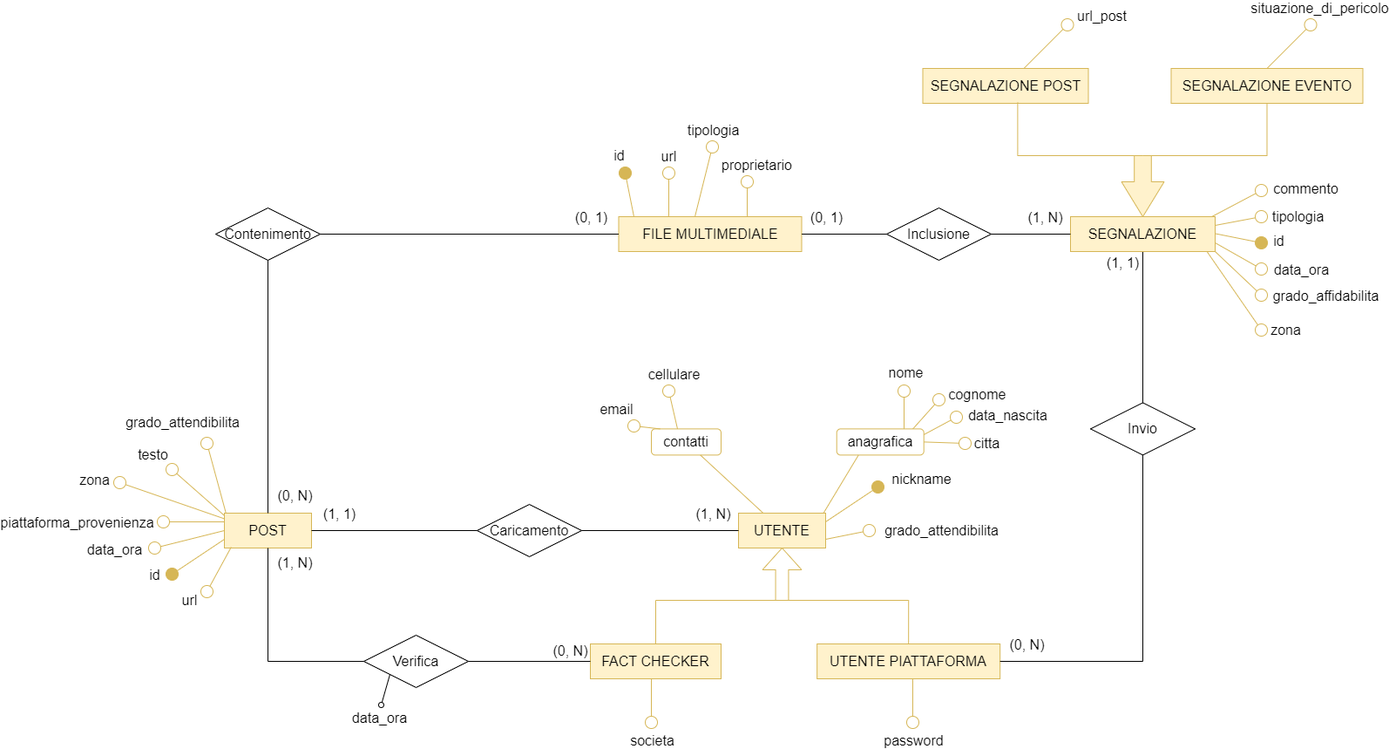
This is diagrammi e-r/Diag. Social network.png from faffolao/ProgettoBD2022, a draw.io export, as it was before one commit. Source tidied: cells renumbered, new cells last; positions are measured from the earlier drawing's top-left corner, leaving out a move shared by most shapes.
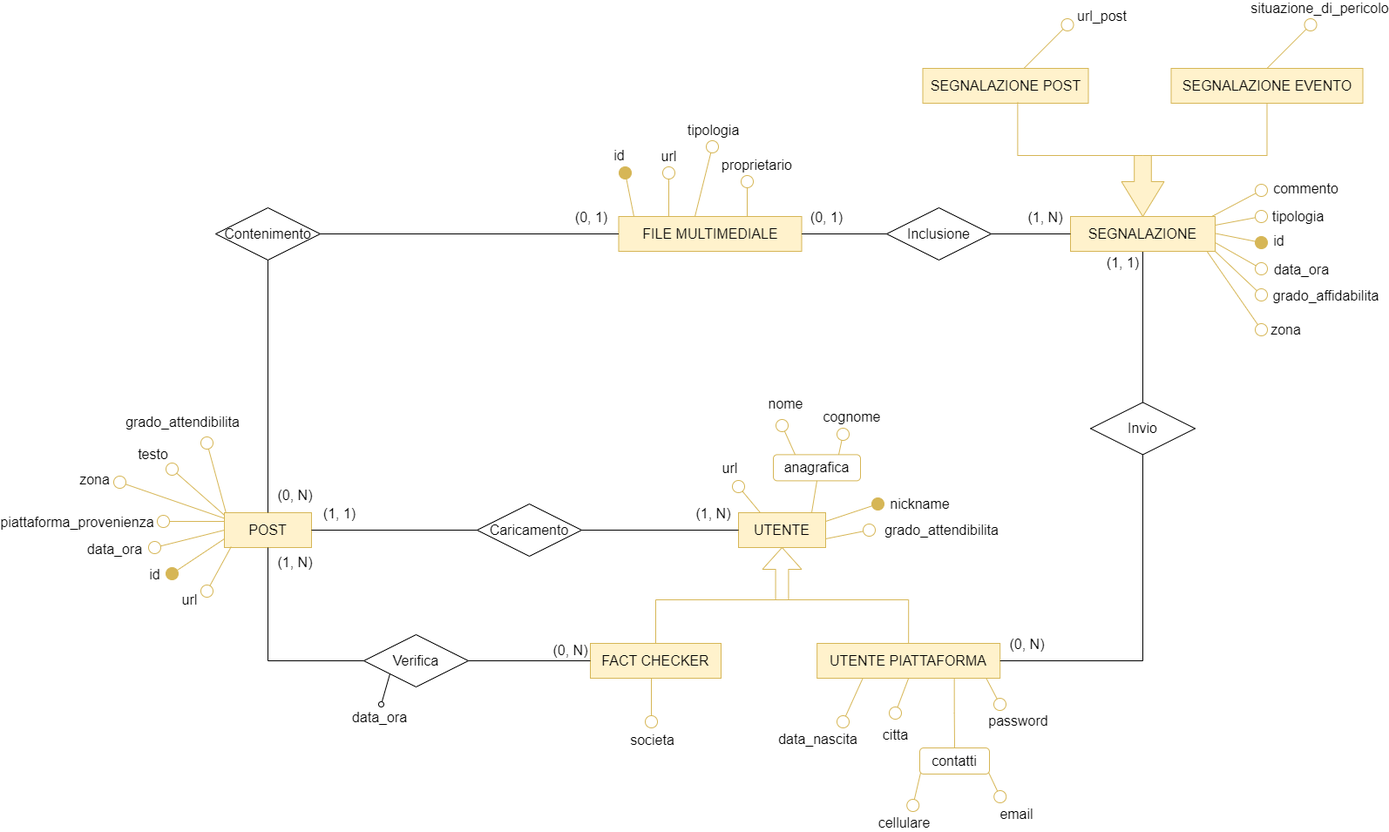
After the change.

What changed in the source:
```diff
@@ -27,18 +27,20 @@
         <mxPoint y="59" as="offset" />
       </mxGeometry>
     </mxCell>
+    <mxCell id="104" style="edgeStyle=orthogonalEdgeStyle;rounded=0;jettySize=auto;html=1;exitX=0.75;exitY=1;exitDx=0;exitDy=0;entryX=0.5;entryY=0;entryDx=0;entryDy=0;fillColor=#fff2cc;strokeColor=#d6b656;endArrow=none;endFill=0;" parent="1" edge="1" source="7" target="23">
+      <mxGeometry relative="1" as="geometry" />
+    </mxCell>
     <mxCell id="7" value="UTENTE PIATTAFORMA" style="whiteSpace=wrap;html=1;align=center;fontSize=16;fillColor=#fff2cc;strokeColor=#d6b656;" parent="1" vertex="1">
       <mxGeometry x="800.2" y="710" width="210" height="40" as="geometry" />
     </mxCell>
-    <mxCell id="8" style="endArrow=none;html=1;strokeColor=#d6b656;strokeWidth=1;fontSize=12;startSize=14;endSize=14;startArrow=oval;startFill=0;fillColor=#fff2cc;" parent="1" edge="1">
+    <mxCell id="8" style="endArrow=none;html=1;strokeColor=#d6b656;strokeWidth=1;fontSize=12;startSize=14;endSize=14;startArrow=oval;startFill=0;fillColor=#fff2cc;entryX=0.924;entryY=0.995;entryDx=0;entryDy=0;entryPerimeter=0;" parent="1" edge="1" target="7">
       <mxGeometry relative="1" as="geometry">
-        <mxPoint x="910" y="800" as="sourcePoint" />
-        <mxPoint x="910" y="750" as="targetPoint" />
+        <mxPoint x="1010" y="780" as="sourcePoint" />
       </mxGeometry>
     </mxCell>
     <mxCell id="9" value="password" style="edgeLabel;html=1;align=center;verticalAlign=middle;fontSize=16;" parent="8" vertex="1">
       <mxGeometry x="0.46" relative="1" as="geometry">
-        <mxPoint y="57" as="offset" />
+        <mxPoint x="32" y="41" as="offset" />
       </mxGeometry>
     </mxCell>
     <mxCell id="10" value="UTENTE" style="whiteSpace=wrap;html=1;align=center;fontSize=16;fillColor=#fff2cc;strokeColor=#d6b656;" parent="1" vertex="1">
@@ -46,88 +48,81 @@
     </mxCell>
     <mxCell id="11" style="endArrow=oval;html=1;strokeColor=#d6b656;strokeWidth=1;fontSize=12;startSize=14;endSize=14;endFill=1;fillColor=#fff2cc;exitX=1;exitY=0.25;exitDx=0;exitDy=0;" parent="1" edge="1" source="10">
       <mxGeometry relative="1" as="geometry">
-        <mxPoint x="870" y="530" as="targetPoint" />
+        <mxPoint x="870" y="550" as="targetPoint" />
       </mxGeometry>
     </mxCell>
     <mxCell id="12" value="nickname" style="edgeLabel;html=1;align=center;verticalAlign=middle;fontSize=16;" parent="11" vertex="1">
       <mxGeometry x="0.5" relative="1" as="geometry">
-        <mxPoint x="65" y="-20" as="offset" />
+        <mxPoint x="62" y="-5" as="offset" />
       </mxGeometry>
     </mxCell>
-    <mxCell id="13" style="endArrow=oval;html=1;strokeColor=#d6b656;strokeWidth=1;fontSize=12;startSize=14;endSize=14;endFill=0;fillColor=#fff2cc;" parent="1" edge="1">
+    <mxCell id="13" style="endArrow=oval;html=1;strokeColor=#d6b656;strokeWidth=1;fontSize=12;startSize=14;endSize=14;endFill=0;fillColor=#fff2cc;exitX=0.25;exitY=0;exitDx=0;exitDy=0;" parent="1" edge="1" source="22">
       <mxGeometry relative="1" as="geometry">
-        <mxPoint x="900" y="463.4" as="sourcePoint" />
-        <mxPoint x="900" y="420" as="targetPoint" />
+        <mxPoint x="760" y="460" as="targetPoint" />
       </mxGeometry>
     </mxCell>
     <mxCell id="14" value="nome" style="edgeLabel;html=1;align=center;verticalAlign=middle;fontSize=16;" parent="13" vertex="1">
       <mxGeometry x="0.45" y="1" relative="1" as="geometry">
-        <mxPoint x="2" y="-34" as="offset" />
+        <mxPoint y="-36" as="offset" />
       </mxGeometry>
     </mxCell>
-    <mxCell id="15" style="endArrow=none;html=1;strokeColor=#d6b656;strokeWidth=1;fontSize=12;startSize=14;endSize=14;exitX=0.75;exitY=0;exitDx=0;exitDy=0;entryX=0.25;entryY=1;entryDx=0;entryDy=0;fillColor=#fff2cc;" parent="1" edge="1" target="22">
-      <mxGeometry relative="1" as="geometry">
-        <mxPoint x="807.5" y="560" as="sourcePoint" />
-      </mxGeometry>
+    <mxCell id="15" style="endArrow=none;html=1;strokeColor=#d6b656;strokeWidth=1;fontSize=12;startSize=14;endSize=14;exitX=0.84;exitY=-0.003;exitDx=0;exitDy=0;entryX=0.5;entryY=1;entryDx=0;entryDy=0;fillColor=#fff2cc;exitPerimeter=0;" parent="1" edge="1" source="2" target="22">
+      <mxGeometry relative="1" as="geometry" />
     </mxCell>
-    <mxCell id="16" style="endArrow=oval;html=1;strokeColor=#d6b656;strokeWidth=1;fontSize=12;startSize=14;endSize=14;endFill=0;fillColor=#fff2cc;" parent="1" edge="1">
+    <mxCell id="16" style="endArrow=oval;html=1;strokeColor=#d6b656;strokeWidth=1;fontSize=12;startSize=14;endSize=14;endFill=0;fillColor=#fff2cc;exitX=0.75;exitY=0;exitDx=0;exitDy=0;" parent="1" edge="1" source="22">
       <mxGeometry relative="1" as="geometry">
-        <mxPoint x="910.2" y="463.4" as="sourcePoint" />
-        <mxPoint x="940" y="430" as="targetPoint" />
+        <mxPoint x="830" y="470" as="targetPoint" />
       </mxGeometry>
     </mxCell>
     <mxCell id="17" value="cognome" style="edgeLabel;html=1;align=center;verticalAlign=middle;fontSize=16;" parent="16" vertex="1">
       <mxGeometry x="0.49" y="1" relative="1" as="geometry">
-        <mxPoint x="52" y="-15" as="offset" />
+        <mxPoint x="12" y="-26" as="offset" />
       </mxGeometry>
     </mxCell>
-    <mxCell id="18" style="endArrow=oval;html=1;strokeColor=#d6b656;strokeWidth=1;fontSize=12;startSize=14;endSize=14;endFill=0;fillColor=#fff2cc;" parent="1" edge="1">
+    <mxCell id="18" style="endArrow=oval;html=1;strokeColor=#d6b656;strokeWidth=1;fontSize=12;startSize=14;endSize=14;endFill=0;fillColor=#fff2cc;exitX=0.25;exitY=1;exitDx=0;exitDy=0;" parent="1" edge="1" source="7">
       <mxGeometry relative="1" as="geometry">
-        <mxPoint x="922.7" y="470" as="sourcePoint" />
-        <mxPoint x="960" y="450" as="targetPoint" />
+        <mxPoint x="830" y="800" as="targetPoint" />
       </mxGeometry>
     </mxCell>
     <mxCell id="19" value="data_nascita" style="edgeLabel;html=1;align=center;verticalAlign=middle;fontSize=16;" parent="18" vertex="1">
       <mxGeometry x="0.47" relative="1" as="geometry">
-        <mxPoint x="68" y="-8" as="offset" />
+        <mxPoint x="-36" y="33" as="offset" />
       </mxGeometry>
     </mxCell>
-    <mxCell id="20" style="endArrow=oval;html=1;strokeColor=#d6b656;strokeWidth=1;fontSize=12;startSize=14;endSize=14;endFill=0;exitX=1;exitY=0.5;exitDx=0;exitDy=0;fillColor=#fff2cc;" parent="1" edge="1" source="22">
+    <mxCell id="20" style="endArrow=oval;html=1;strokeColor=#d6b656;strokeWidth=1;fontSize=12;startSize=14;endSize=14;endFill=0;exitX=0.5;exitY=1;exitDx=0;exitDy=0;fillColor=#fff2cc;" parent="1" edge="1" source="7">
       <mxGeometry relative="1" as="geometry">
-        <mxPoint x="970" y="480" as="targetPoint" />
+        <mxPoint x="890" y="790" as="targetPoint" />
       </mxGeometry>
     </mxCell>
     <mxCell id="21" value="citta" style="edgeLabel;html=1;align=center;verticalAlign=middle;fontSize=16;" parent="20" vertex="1">
       <mxGeometry x="0.52" y="-1" relative="1" as="geometry">
-        <mxPoint x="36" y="-1" as="offset" />
+        <mxPoint x="-3" y="34" as="offset" />
       </mxGeometry>
     </mxCell>
     <mxCell id="22" value="anagrafica" style="rounded=1;whiteSpace=wrap;html=1;fontSize=16;fillColor=none;strokeColor=#d6b656;" parent="1" vertex="1">
-      <mxGeometry x="822.7" y="463.4" width="100" height="30" as="geometry" />
+      <mxGeometry x="750" y="493.4" width="100" height="30" as="geometry" />
     </mxCell>
     <mxCell id="23" value="contatti" style="rounded=1;whiteSpace=wrap;html=1;fontSize=16;fillColor=none;strokeColor=#d6b656;" parent="1" vertex="1">
-      <mxGeometry x="610" y="463.4" width="80" height="30" as="geometry" />
+      <mxGeometry x="918" y="830" width="80" height="30" as="geometry" />
     </mxCell>
-    <mxCell id="24" style="endArrow=oval;html=1;strokeColor=#d6b656;strokeWidth=1;fontSize=12;startSize=14;endSize=14;endFill=0;fillColor=#fff2cc;" parent="1" edge="1">
+    <mxCell id="24" style="endArrow=oval;html=1;strokeColor=#d6b656;strokeWidth=1;fontSize=12;startSize=14;endSize=14;endFill=0;fillColor=#fff2cc;exitX=0.012;exitY=0.958;exitDx=0;exitDy=0;exitPerimeter=0;" parent="1" edge="1" source="23">
       <mxGeometry relative="1" as="geometry">
-        <mxPoint x="640" y="463.4" as="sourcePoint" />
-        <mxPoint x="630" y="420" as="targetPoint" />
+        <mxPoint x="910.2" y="896" as="targetPoint" />
       </mxGeometry>
     </mxCell>
     <mxCell id="25" value="cellulare" style="edgeLabel;html=1;align=center;verticalAlign=middle;fontSize=16;" parent="24" vertex="1">
       <mxGeometry x="0.51" relative="1" as="geometry">
-        <mxPoint x="3" y="-30" as="offset" />
+        <mxPoint x="-13" y="29" as="offset" />
       </mxGeometry>
     </mxCell>
-    <mxCell id="26" style="endArrow=oval;html=1;strokeColor=#d6b656;strokeWidth=1;fontSize=12;startSize=14;endSize=14;endFill=0;fillColor=#fff2cc;" parent="1" edge="1">
+    <mxCell id="26" style="endArrow=oval;html=1;strokeColor=#d6b656;strokeWidth=1;fontSize=12;startSize=14;endSize=14;endFill=0;fillColor=#fff2cc;exitX=0.987;exitY=0.936;exitDx=0;exitDy=0;exitPerimeter=0;" parent="1" edge="1" source="23">
       <mxGeometry relative="1" as="geometry">
-        <mxPoint x="620" y="463.4" as="sourcePoint" />
-        <mxPoint x="590" y="460" as="targetPoint" />
+        <mxPoint x="1010.2" y="886" as="targetPoint" />
       </mxGeometry>
     </mxCell>
     <mxCell id="27" value="email" style="edgeLabel;html=1;align=center;verticalAlign=middle;fontSize=16;" parent="26" vertex="1">
       <mxGeometry x="0.36" y="1" relative="1" as="geometry">
-        <mxPoint x="-30" y="-22" as="offset" />
+        <mxPoint x="22" y="29" as="offset" />
       </mxGeometry>
     </mxCell>
     <mxCell id="28" style="endArrow=oval;html=1;strokeColor=#d6b656;strokeWidth=1;fontSize=12;startSize=14;endSize=14;endFill=0;fillColor=#fff2cc;" parent="1" edge="1">
@@ -245,9 +240,6 @@
     <mxCell id="53" value="Verifica" style="shape=rhombus;perimeter=rhombusPerimeter;whiteSpace=wrap;html=1;align=center;fontSize=16;fillColor=none;" parent="1" vertex="1">
       <mxGeometry x="280" y="700" width="120" height="60" as="geometry" />
     </mxCell>
-    <mxCell id="54" style="endArrow=none;html=1;rounded=0;strokeColor=#d6b656;strokeWidth=1;fontSize=12;startSize=14;endSize=14;fillColor=#fff2cc;" parent="1" edge="1" source="10" target="23">
-      <mxGeometry relative="1" as="geometry" />
-    </mxCell>
     <mxCell id="55" style="edgeStyle=orthogonalEdgeStyle;rounded=0;jettySize=auto;html=1;entryX=1;entryY=0.5;entryDx=0;entryDy=0;strokeColor=default;strokeWidth=1;fontSize=12;startArrow=none;startFill=0;endArrow=none;endFill=0;startSize=14;endSize=14;" parent="1" edge="1" source="57" target="7">
       <mxGeometry relative="1" as="geometry">
         <Array as="points">
@@ -482,5 +474,15 @@
         <mxPoint x="-30" y="24" as="offset" />
       </mxGeometry>
     </mxCell>
+    <mxCell id="105" style="endArrow=oval;html=1;strokeColor=#d6b656;strokeWidth=1;fontSize=12;startSize=14;endSize=14;endFill=0;fillColor=#fff2cc;exitX=0.25;exitY=0;exitDx=0;exitDy=0;" parent="1" edge="1" source="10">
+      <mxGeometry relative="1" as="geometry">
+        <mxPoint x="710" y="530" as="targetPoint" />
+      </mxGeometry>
+    </mxCell>
+    <mxCell id="106" value="url" style="edgeLabel;html=1;align=center;verticalAlign=middle;fontSize=16;" parent="105" vertex="1">
+      <mxGeometry x="0.47" y="1" relative="1" as="geometry">
+        <mxPoint x="-16" y="-30" as="offset" />
+      </mxGeometry>
+    </mxCell>
   </root>
 </mxGraphModel>
```
